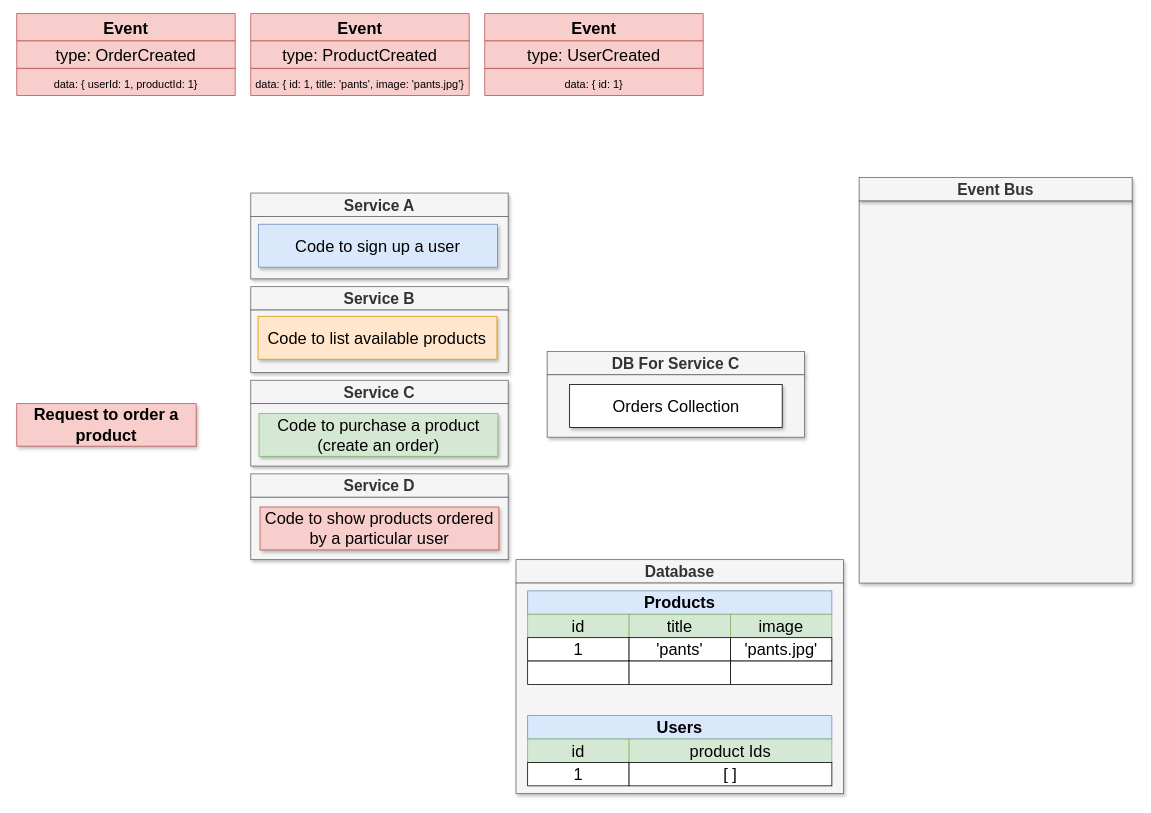
The draw.io diagram page "12d-async" (19 of 23) of class/04-micro-services-async/04-micro-services-async.drawio in scalable-web-systems/497s-F22, before the edit. Source tidied: cells renumbered, new cells numbered last; positions are measured from the earlier drawing's top-left corner, leaving out a move shared by most shapes. Both pictures are drawn from the tidied source at 78%, with x=0, y=0 at pixel (16, 13).
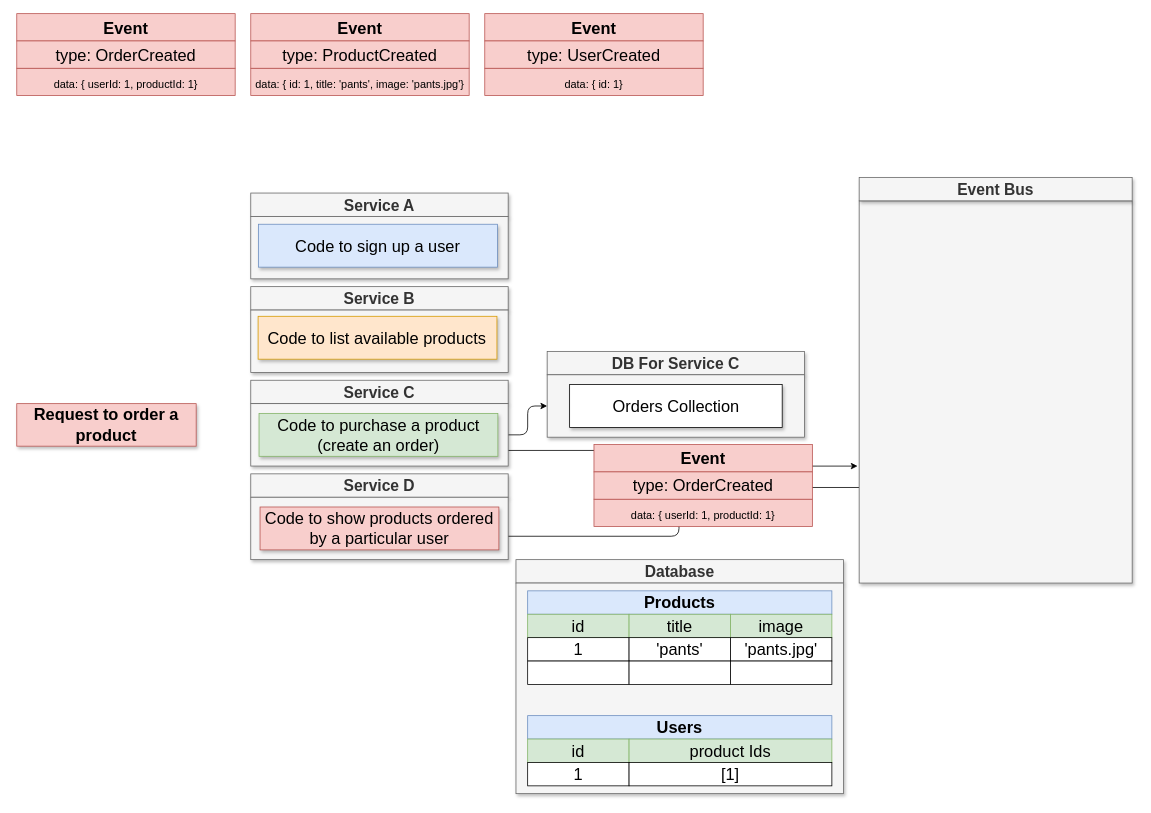
Above is the later version.

Unchanged cells that the change refers to:
```xml
<mxCell id="8" style="rounded=0;whiteSpace=wrap;html=1;shadow=1;fontSize=28;fillColor=#f5f5f5;strokeColor=#666666;fontColor=#333333;" parent="1" vertex="1">
  <mxGeometry x="300" y="500" width="330" height="80" as="geometry" />
</mxCell>
<mxCell id="11" style="rounded=0;whiteSpace=wrap;html=1;shadow=1;fontSize=28;fillColor=#f5f5f5;strokeColor=#666666;fontColor=#333333;" parent="1" vertex="1">
  <mxGeometry x="1080" y="240" width="350" height="490" as="geometry" />
</mxCell>
<mxCell id="15" value="Code to show products ordered by a particular user" style="rounded=0;whiteSpace=wrap;html=1;shadow=1;fontSize=21;fillColor=#f8cecc;strokeColor=#b85450;" parent="1" vertex="1">
  <mxGeometry x="311.9" y="632.5" width="306.2" height="55" as="geometry" />
</mxCell>
<mxCell id="53" style="rounded=0;whiteSpace=wrap;html=1;shadow=1;fontSize=28;fillColor=#f5f5f5;strokeColor=#666666;fontColor=#333333;" parent="1" vertex="1">
  <mxGeometry x="680" y="463" width="330" height="80" as="geometry" />
</mxCell>
```

Change to the diagram source:
```diff
@@
+    <mxCell id="55" style="edgeStyle=orthogonalEdgeStyle;html=1;exitX=1;exitY=0.5;exitDx=0;exitDy=0;entryX=0;entryY=0.5;entryDx=0;entryDy=0;" parent="1" edge="1" source="8" target="53">
+      <mxGeometry relative="1" as="geometry" />
+    </mxCell>
+    <mxCell id="56" style="edgeStyle=orthogonalEdgeStyle;html=1;exitX=1;exitY=0.75;exitDx=0;exitDy=0;entryX=-0.006;entryY=0.694;entryDx=0;entryDy=0;entryPerimeter=0;" parent="1" edge="1" source="8" target="11">
+      <mxGeometry relative="1" as="geometry" />
+    </mxCell>
@@
+    <mxCell id="57" style="edgeStyle=orthogonalEdgeStyle;html=1;exitX=0;exitY=0.75;exitDx=0;exitDy=0;entryX=1;entryY=0.5;entryDx=0;entryDy=0;" parent="1" edge="1" source="11" target="15">
+      <mxGeometry relative="1" as="geometry">
+        <Array as="points">
+          <mxPoint x="849" y="608" />
+          <mxPoint x="849" y="670" />
+          <mxPoint x="618" y="670" />
+        </Array>
+      </mxGeometry>
+    </mxCell>
@@
-    <mxCell id="29" value="[ ]" style="rounded=0;whiteSpace=wrap;html=1;shadow=0;fontSize=21;" parent="1" vertex="1">
+    <mxCell id="29" value="[1]" style="rounded=0;whiteSpace=wrap;html=1;shadow=0;fontSize=21;" parent="1" vertex="1">
       <mxGeometry x="785" y="960" width="260" height="30" as="geometry" />
     </mxCell>
@@
+    <mxCell id="58" style="group;" parent="1" vertex="1">
+      <mxGeometry x="740" y="552.5" width="280" height="105" as="geometry" />
+    </mxCell>
+    <mxCell id="59" style="group;" parent="58" vertex="1">
+      <mxGeometry width="280" height="105" as="geometry" />
+    </mxCell>
+    <mxCell id="60" style="group;fontSize=8;" parent="59" vertex="1">
+      <mxGeometry width="280" height="105" as="geometry" />
+    </mxCell>
+    <mxCell id="61" value="&lt;font style=&quot;font-size: 14px&quot;&gt;data: { userId: 1, productId: 1}&lt;/font&gt;" style="rounded=0;whiteSpace=wrap;html=1;shadow=0;fontSize=21;fillColor=#f8cecc;strokeColor=#b85450;" parent="60" vertex="1">
+      <mxGeometry y="70" width="280" height="35" as="geometry" />
+    </mxCell>
+    <mxCell id="62" value="&lt;b&gt;Event&lt;/b&gt;" style="rounded=0;whiteSpace=wrap;html=1;shadow=0;fontSize=21;fillColor=#f8cecc;strokeColor=#b85450;" parent="60" vertex="1">
+      <mxGeometry width="280" height="35" as="geometry" />
+    </mxCell>
+    <mxCell id="63" value="&lt;span&gt;type: OrderCreated&lt;/span&gt;" style="rounded=0;whiteSpace=wrap;html=1;shadow=0;fontSize=21;fillColor=#f8cecc;strokeColor=#b85450;fontStyle=0;" parent="60" vertex="1">
+      <mxGeometry y="35" width="280" height="35" as="geometry" />
+    </mxCell>
```
